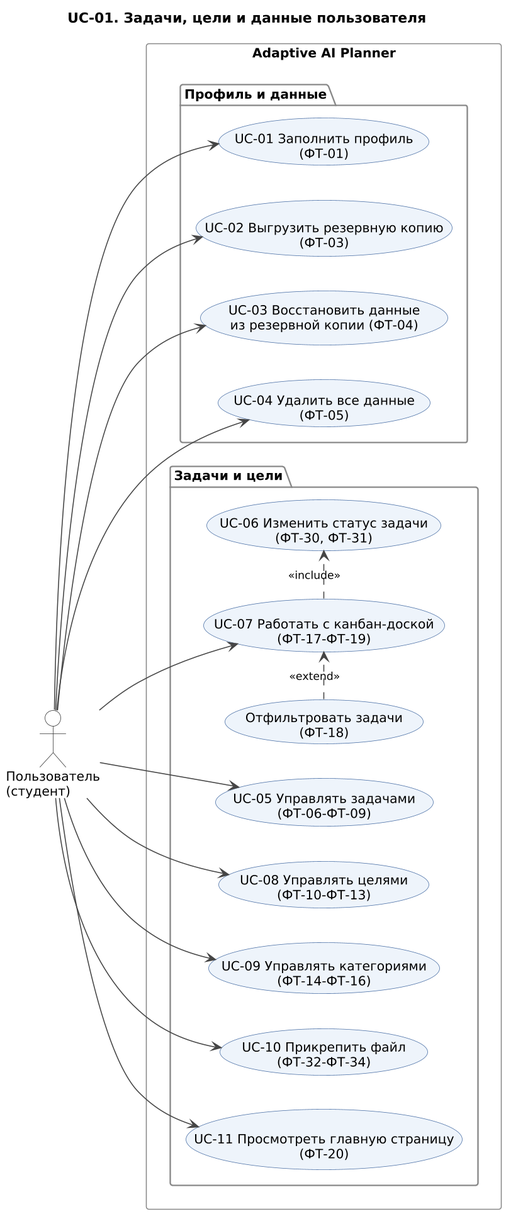
freez044/kpo_project keeps this PlantUML diagram as docs/uml/png/UC-01_zadachi.png. Above is the earlier version.
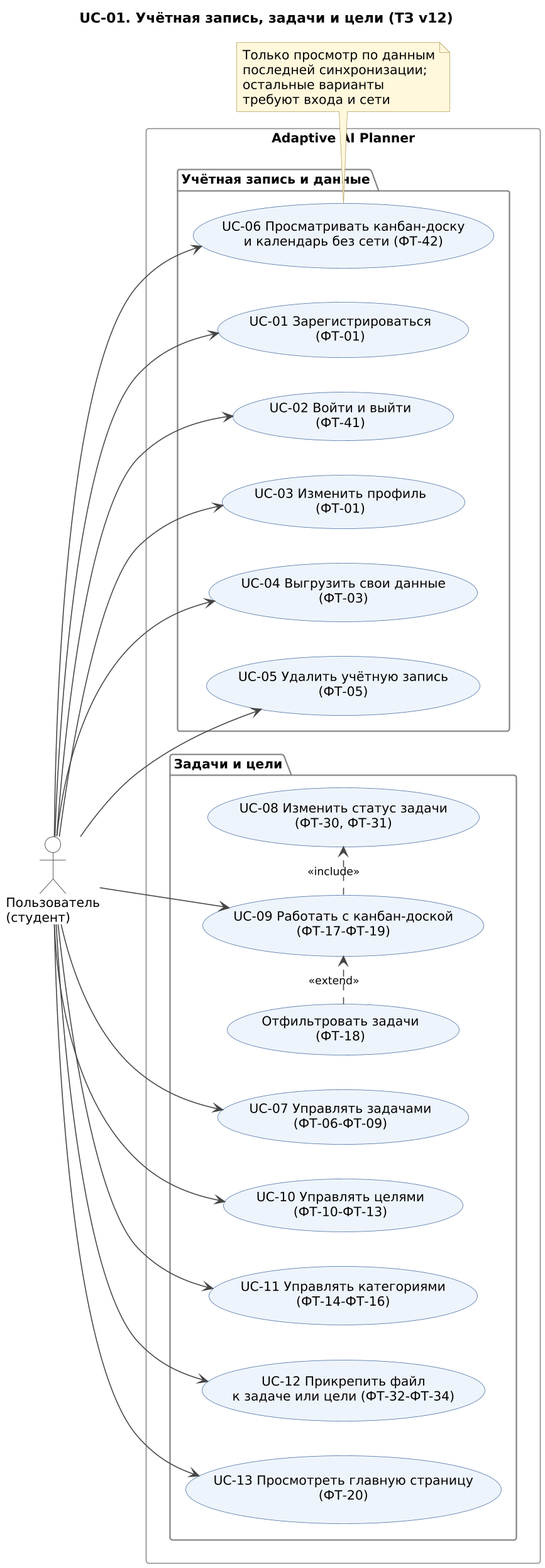
Later version of the same file.

The edit, as a diff of the source:
```diff
@@ -1,26 +1,29 @@
 @startuml UC-01_zadachi
 !include style.iuml
-title UC-01. Задачи, цели и данные пользователя
+title UC-01. Учётная запись, задачи и цели (ТЗ v12)
 left to right direction
 
 actor "Пользователь\n(студент)" as U
 
 rectangle "Adaptive AI Planner" {
-  package "Профиль и данные" {
-    usecase "UC-01 Заполнить профиль\n(ФТ-01)" as UC01
-    usecase "UC-02 Выгрузить резервную копию\n(ФТ-03)" as UC02
-    usecase "UC-03 Восстановить данные\nиз резервной копии (ФТ-04)" as UC03
-    usecase "UC-04 Удалить все данные\n(ФТ-05)" as UC04
+  package "Учётная запись и данные" {
+    usecase "UC-01 Зарегистрироваться\n(ФТ-01)" as UC01
+    usecase "UC-02 Войти и выйти\n(ФТ-41)" as UC02
+    usecase "UC-03 Изменить профиль\n(ФТ-01)" as UC03
+    usecase "UC-04 Выгрузить свои данные\n(ФТ-03)" as UC04
+    usecase "UC-05 Удалить учётную запись\n(ФТ-05)" as UC05
+    usecase "UC-06 Просматривать канбан-доску\nи календарь без сети (ФТ-42)" as UC06
   }
+
   package "Задачи и цели" {
-    usecase "UC-05 Управлять задачами\n(ФТ-06-ФТ-09)" as UC05
-    usecase "UC-06 Изменить статус задачи\n(ФТ-30, ФТ-31)" as UC06
-    usecase "UC-07 Работать с канбан-доской\n(ФТ-17-ФТ-19)" as UC07
-    usecase "Отфильтровать задачи\n(ФТ-18)" as UC07F
-    usecase "UC-08 Управлять целями\n(ФТ-10-ФТ-13)" as UC08
-    usecase "UC-09 Управлять категориями\n(ФТ-14-ФТ-16)" as UC09
-    usecase "UC-10 Прикрепить файл\n(ФТ-32-ФТ-34)" as UC10
-    usecase "UC-11 Просмотреть главную страницу\n(ФТ-20)" as UC11
+    usecase "UC-07 Управлять задачами\n(ФТ-06-ФТ-09)" as UC07
+    usecase "UC-08 Изменить статус задачи\n(ФТ-30, ФТ-31)" as UC08
+    usecase "UC-09 Работать с канбан-доской\n(ФТ-17-ФТ-19)" as UC09
+    usecase "Отфильтровать задачи\n(ФТ-18)" as UC09F
+    usecase "UC-10 Управлять целями\n(ФТ-10-ФТ-13)" as UC10
+    usecase "UC-11 Управлять категориями\n(ФТ-14-ФТ-16)" as UC11
+    usecase "UC-12 Прикрепить файл\nк задаче или цели (ФТ-32-ФТ-34)" as UC12
+    usecase "UC-13 Просмотреть главную страницу\n(ФТ-20)" as UC13
   }
 }
 
@@ -29,12 +32,21 @@
 U --> UC03
 U --> UC04
 U --> UC05
+U --> UC06
 U --> UC07
-U --> UC08
 U --> UC09
 U --> UC10
 U --> UC11
+U --> UC12
+U --> UC13
 
-UC07 .> UC06 : <<include>>
-UC07F .> UC07 : <<extend>>
+UC09 .> UC08 : <<include>>
+UC09F .> UC09 : <<extend>>
+
+note bottom of UC06
+  Только просмотр по данным
+  последней синхронизации;
+  остальные варианты
+  требуют входа и сети
+end note
 @enduml
```
